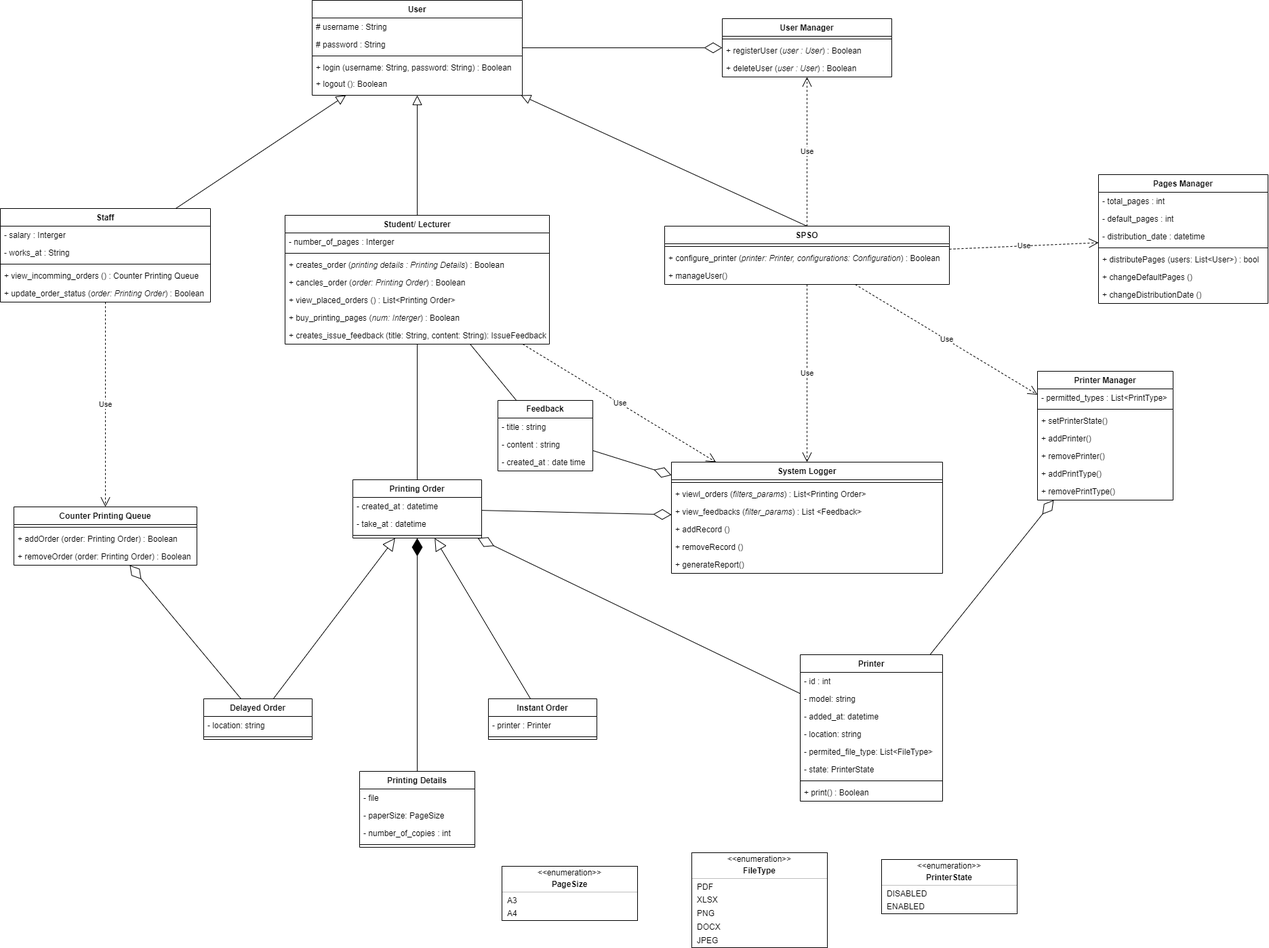
The draw.io diagram spss-class-diagram.drawio.png in blueonline07/auth-demo, before a commit. Source tidied: cells renumbered, new cells last; positions are measured from the earlier drawing's top-left corner, leaving out a move shared by most shapes.
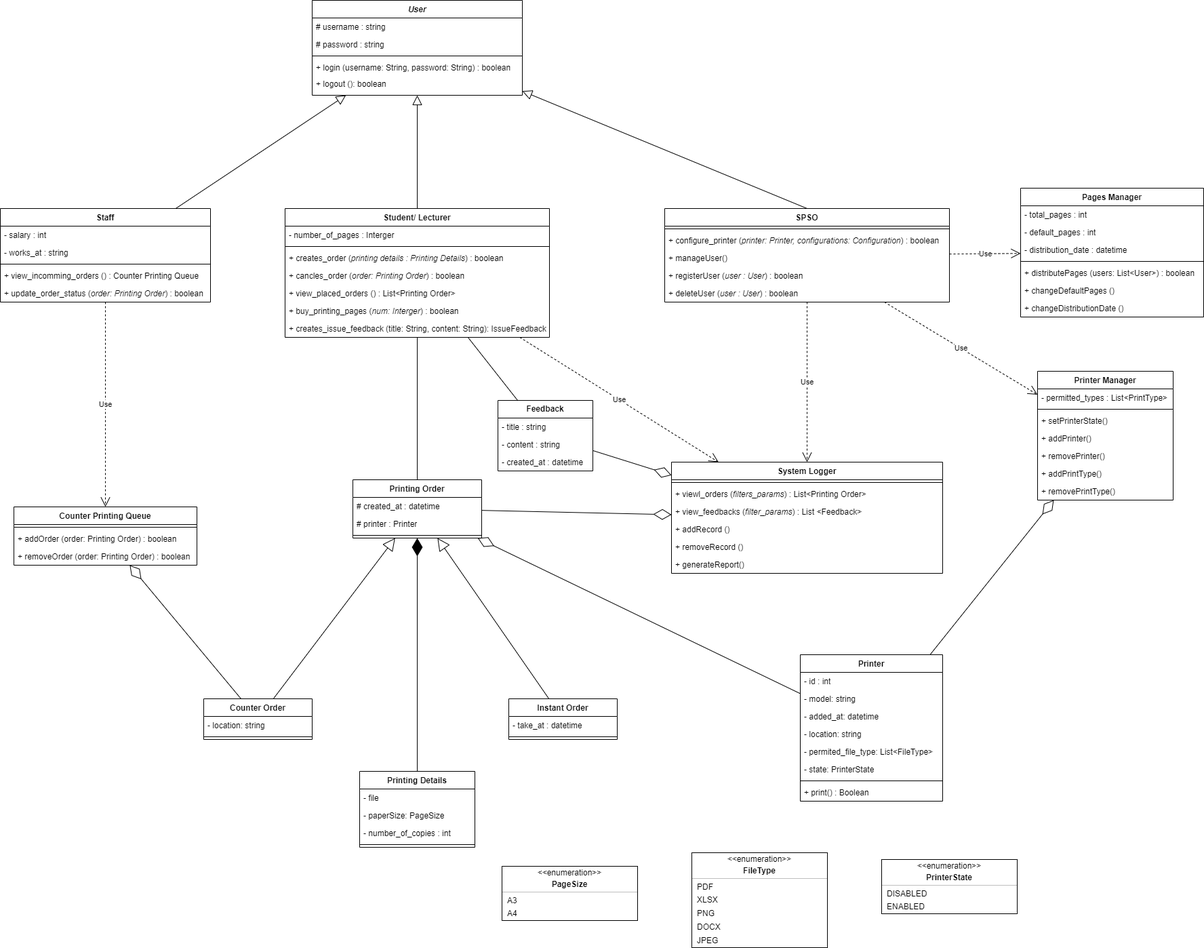
Above is the later version.

Commit message:
Cập nhật spss-class-diagram.drawio.png

Change to the diagram source:
```diff
@@ -4,9 +4,9 @@
     <mxCell id="1" parent="0" />
-    <mxCell id="2" value="User" style="swimlane;fontStyle=1;align=center;verticalAlign=top;horizontal=1;startSize=26;rounded=0;shadow=0;strokeWidth=1;" parent="1" vertex="1">
+    <mxCell id="2" value="User" style="swimlane;fontStyle=3;align=center;verticalAlign=top;horizontal=1;startSize=26;rounded=0;shadow=0;strokeWidth=1;" parent="1" vertex="1">
       <mxGeometry x="460" width="310" height="140" as="geometry" />
     </mxCell>
-    <mxCell id="3" value="# username : String" style="text;align=left;verticalAlign=top;spacingLeft=4;spacingRight=4;overflow=hidden;rounded=0;shadow=0;html=0;" parent="2" vertex="1">
+    <mxCell id="3" value="# username : string" style="text;align=left;verticalAlign=top;spacingLeft=4;spacingRight=4;overflow=hidden;rounded=0;shadow=0;html=0;" parent="2" vertex="1">
       <mxGeometry y="26" width="310" height="26" as="geometry" />
     </mxCell>
-    <mxCell id="4" value="# password : String" style="text;align=left;verticalAlign=top;spacingLeft=4;spacingRight=4;overflow=hidden;rounded=0;shadow=0;html=0;" parent="2" vertex="1">
+    <mxCell id="4" value="# password : string" style="text;align=left;verticalAlign=top;spacingLeft=4;spacingRight=4;overflow=hidden;rounded=0;shadow=0;html=0;" parent="2" vertex="1">
       <mxGeometry y="52" width="310" height="26" as="geometry" />
@@ -16,6 +16,6 @@
     </mxCell>
-    <mxCell id="6" value="+ login (username: String, password: String) : Boolean" style="text;strokeColor=none;fillColor=none;align=left;verticalAlign=top;spacingLeft=4;spacingRight=4;overflow=hidden;whiteSpace=wrap;html=1;" parent="2" vertex="1">
+    <mxCell id="6" value="+ login (username: String, password: String) : boolean" style="text;strokeColor=none;fillColor=none;align=left;verticalAlign=top;spacingLeft=4;spacingRight=4;overflow=hidden;whiteSpace=wrap;html=1;" parent="2" vertex="1">
       <mxGeometry y="86" width="310" height="24" as="geometry" />
     </mxCell>
-    <mxCell id="7" value="+ logout (): Boolean" style="text;strokeColor=none;fillColor=none;align=left;verticalAlign=top;spacingLeft=4;spacingRight=4;overflow=hidden;whiteSpace=wrap;html=1;" parent="2" vertex="1">
+    <mxCell id="7" value="+ logout (): boolean" style="text;strokeColor=none;fillColor=none;align=left;verticalAlign=top;spacingLeft=4;spacingRight=4;overflow=hidden;whiteSpace=wrap;html=1;" parent="2" vertex="1">
       <mxGeometry y="110" width="310" height="20" as="geometry" />
@@ -23,3 +23,3 @@
     <mxCell id="8" value="Student/ Lecturer" style="swimlane;fontStyle=1;align=center;verticalAlign=top;horizontal=1;startSize=26;rounded=0;shadow=0;strokeWidth=1;" parent="1" vertex="1">
-      <mxGeometry x="420" y="317" width="390" height="190" as="geometry" />
+      <mxGeometry x="420" y="307" width="390" height="190" as="geometry" />
     </mxCell>
@@ -31,6 +31,6 @@
     </mxCell>
-    <mxCell id="11" value="+ creates_order (&lt;i&gt;printing details : Printing Details&lt;/i&gt;) : Boolean" style="text;strokeColor=none;fillColor=none;align=left;verticalAlign=top;spacingLeft=4;spacingRight=4;overflow=hidden;whiteSpace=wrap;html=1;" parent="8" vertex="1">
+    <mxCell id="11" value="+ creates_order (&lt;i&gt;printing details : Printing Details&lt;/i&gt;) : boolean" style="text;strokeColor=none;fillColor=none;align=left;verticalAlign=top;spacingLeft=4;spacingRight=4;overflow=hidden;whiteSpace=wrap;html=1;" parent="8" vertex="1">
       <mxGeometry y="60" width="390" height="26" as="geometry" />
     </mxCell>
-    <mxCell id="12" value="+ cancles_order (&lt;i&gt;order: Printing Order&lt;/i&gt;) : Boolean" style="text;strokeColor=none;fillColor=none;align=left;verticalAlign=top;spacingLeft=4;spacingRight=4;overflow=hidden;whiteSpace=wrap;html=1;" parent="8" vertex="1">
+    <mxCell id="12" value="+ cancles_order (&lt;i&gt;order: Printing Order&lt;/i&gt;) : boolean" style="text;strokeColor=none;fillColor=none;align=left;verticalAlign=top;spacingLeft=4;spacingRight=4;overflow=hidden;whiteSpace=wrap;html=1;" parent="8" vertex="1">
       <mxGeometry y="86" width="390" height="26" as="geometry" />
@@ -40,3 +40,3 @@
     </mxCell>
-    <mxCell id="14" value="+ buy_printing_pages (&lt;i&gt;num: Interger&lt;/i&gt;) : Boolean" style="text;strokeColor=none;fillColor=none;align=left;verticalAlign=top;spacingLeft=4;spacingRight=4;overflow=hidden;whiteSpace=wrap;html=1;" parent="8" vertex="1">
+    <mxCell id="14" value="+ buy_printing_pages (&lt;i&gt;num: Interger&lt;/i&gt;) : boolean" style="text;strokeColor=none;fillColor=none;align=left;verticalAlign=top;spacingLeft=4;spacingRight=4;overflow=hidden;whiteSpace=wrap;html=1;" parent="8" vertex="1">
       <mxGeometry y="138" width="390" height="26" as="geometry" />
@@ -49,6 +49,6 @@
     </mxCell>
-    <mxCell id="17" value="- salary : Interger" style="text;align=left;verticalAlign=top;spacingLeft=4;spacingRight=4;overflow=hidden;" parent="16" vertex="1">
+    <mxCell id="17" value="- salary : int" style="text;align=left;verticalAlign=top;spacingLeft=4;spacingRight=4;overflow=hidden;" parent="16" vertex="1">
       <mxGeometry y="26" width="310" height="26" as="geometry" />
     </mxCell>
-    <mxCell id="18" value="- works_at : String" style="text;align=left;verticalAlign=top;spacingLeft=4;spacingRight=4;overflow=hidden;" parent="16" vertex="1">
+    <mxCell id="18" value="- works_at : string" style="text;align=left;verticalAlign=top;spacingLeft=4;spacingRight=4;overflow=hidden;" parent="16" vertex="1">
       <mxGeometry y="52" width="310" height="26" as="geometry" />
@@ -61,3 +61,3 @@
     </mxCell>
-    <mxCell id="21" value="+ update_order_status (&lt;i&gt;order: Printing Order&lt;/i&gt;) : Boolean" style="text;strokeColor=none;fillColor=none;align=left;verticalAlign=top;spacingLeft=4;spacingRight=4;overflow=hidden;whiteSpace=wrap;html=1;" parent="16" vertex="1">
+    <mxCell id="21" value="+ update_order_status (&lt;i&gt;order: Printing Order&lt;/i&gt;) : boolean" style="text;strokeColor=none;fillColor=none;align=left;verticalAlign=top;spacingLeft=4;spacingRight=4;overflow=hidden;whiteSpace=wrap;html=1;" parent="16" vertex="1">
       <mxGeometry y="112" width="310" height="26" as="geometry" />
@@ -65,3 +65,3 @@
     <mxCell id="22" value="SPSO" style="swimlane;fontStyle=1;align=center;verticalAlign=top;horizontal=1;startSize=26;whiteSpace=wrap;html=1;" parent="1" vertex="1">
-      <mxGeometry x="980" y="333" width="420" height="86" as="geometry" />
+      <mxGeometry x="980" y="307" width="420" height="138" as="geometry" />
     </mxCell>
@@ -70,3 +70,3 @@
     </mxCell>
-    <mxCell id="24" value="+ configure_printer (&lt;i&gt;printer: Printer, configurations: Configuration&lt;/i&gt;) : Boolean" style="text;strokeColor=none;fillColor=none;align=left;verticalAlign=top;spacingLeft=4;spacingRight=4;overflow=hidden;whiteSpace=wrap;html=1;" parent="22" vertex="1">
+    <mxCell id="24" value="+ configure_printer (&lt;i&gt;printer: Printer, configurations: Configuration&lt;/i&gt;) : boolean" style="text;strokeColor=none;fillColor=none;align=left;verticalAlign=top;spacingLeft=4;spacingRight=4;overflow=hidden;whiteSpace=wrap;html=1;" parent="22" vertex="1">
       <mxGeometry y="34" width="420" height="26" as="geometry" />
@@ -76,2 +76,8 @@
     </mxCell>
+    <mxCell id="41" value="+ registerUser (&lt;i&gt;user : User&lt;/i&gt;) : boolean" style="text;strokeColor=none;fillColor=none;align=left;verticalAlign=top;spacingLeft=4;spacingRight=4;overflow=hidden;whiteSpace=wrap;html=1;" parent="22" vertex="1">
+      <mxGeometry y="86" width="420" height="26" as="geometry" />
+    </mxCell>
+    <mxCell id="42" value="+ deleteUser (&lt;i&gt;user : User&lt;/i&gt;) : boolean" style="text;strokeColor=none;fillColor=none;align=left;verticalAlign=top;spacingLeft=4;spacingRight=4;overflow=hidden;whiteSpace=wrap;html=1;" parent="22" vertex="1">
+      <mxGeometry y="112" width="420" height="26" as="geometry" />
+    </mxCell>
     <mxCell id="26" value="Printer" style="swimlane;fontStyle=1;align=center;verticalAlign=top;horizontal=1;startSize=26;whiteSpace=wrap;html=1;" parent="1" vertex="1">
@@ -106,8 +112,8 @@
     </mxCell>
-    <mxCell id="36" value="- created_at : datetime" style="text;strokeColor=none;fillColor=none;align=left;verticalAlign=top;spacingLeft=4;spacingRight=4;overflow=hidden;whiteSpace=wrap;html=1;" parent="35" vertex="1">
+    <mxCell id="36" value="# created_at : datetime" style="text;strokeColor=none;fillColor=none;align=left;verticalAlign=top;spacingLeft=4;spacingRight=4;overflow=hidden;whiteSpace=wrap;html=1;" parent="35" vertex="1">
       <mxGeometry y="26" width="190" height="26" as="geometry" />
     </mxCell>
-    <mxCell id="37" value="- take_at : datetime" style="text;strokeColor=none;fillColor=none;align=left;verticalAlign=top;spacingLeft=4;spacingRight=4;overflow=hidden;whiteSpace=wrap;html=1;" parent="35" vertex="1">
-      <mxGeometry y="52" width="190" height="26" as="geometry" />
-    </mxCell>
+    <mxCell id="100" value="# printer : Printer" style="text;strokeColor=none;fillColor=none;align=left;verticalAlign=top;spacingLeft=4;spacingRight=4;overflow=hidden;whiteSpace=wrap;html=1;" parent="35" vertex="1">
+      <mxGeometry y="52" width="190" height="26" as="geometry" />
+    </mxCell>
     <mxCell id="38" style="line;strokeWidth=1;fillColor=none;align=left;verticalAlign=middle;spacingTop=-1;spacingLeft=3;spacingRight=3;labelPosition=right;strokeColor=inherit;" parent="35" vertex="1">
@@ -115,14 +121,2 @@
     </mxCell>
-    <mxCell id="39" value="User Manager" style="swimlane;fontStyle=1;align=center;verticalAlign=top;horizontal=1;startSize=26;whiteSpace=wrap;html=1;" parent="1" vertex="1">
-      <mxGeometry x="1065" y="27" width="250" height="86" as="geometry" />
-    </mxCell>
-    <mxCell id="40" style="line;strokeWidth=1;fillColor=none;align=left;verticalAlign=middle;spacingTop=-1;spacingLeft=3;spacingRight=3;labelPosition=right;strokeColor=inherit;" parent="39" vertex="1">
-      <mxGeometry y="26" width="250" height="8" as="geometry" />
-    </mxCell>
-    <mxCell id="41" value="+ registerUser (&lt;i&gt;user : User&lt;/i&gt;) : Boolean" style="text;strokeColor=none;fillColor=none;align=left;verticalAlign=top;spacingLeft=4;spacingRight=4;overflow=hidden;whiteSpace=wrap;html=1;" parent="39" vertex="1">
-      <mxGeometry y="34" width="250" height="26" as="geometry" />
-    </mxCell>
-    <mxCell id="42" value="+ deleteUser (&lt;i&gt;user : User&lt;/i&gt;) : Boolean" style="text;strokeColor=none;fillColor=none;align=left;verticalAlign=top;spacingLeft=4;spacingRight=4;overflow=hidden;whiteSpace=wrap;html=1;" parent="39" vertex="1">
-      <mxGeometry y="60" width="250" height="26" as="geometry" />
-    </mxCell>
     <mxCell id="43" value="Counter Printing Queue" style="swimlane;fontStyle=1;align=center;verticalAlign=top;horizontal=1;startSize=26;whiteSpace=wrap;html=1;" parent="1" vertex="1">
@@ -133,6 +127,6 @@
     </mxCell>
-    <mxCell id="45" value="+ addOrder (order: Printing Order) : Boolean" style="text;strokeColor=none;fillColor=none;align=left;verticalAlign=top;spacingLeft=4;spacingRight=4;overflow=hidden;whiteSpace=wrap;html=1;" parent="43" vertex="1">
+    <mxCell id="45" value="+ addOrder (order: Printing Order) : boolean" style="text;strokeColor=none;fillColor=none;align=left;verticalAlign=top;spacingLeft=4;spacingRight=4;overflow=hidden;whiteSpace=wrap;html=1;" parent="43" vertex="1">
       <mxGeometry y="34" width="270" height="26" as="geometry" />
     </mxCell>
-    <mxCell id="46" value="+ removeOrder (order: Printing Order) : Boolean" style="text;strokeColor=none;fillColor=none;align=left;verticalAlign=top;spacingLeft=4;spacingRight=4;overflow=hidden;whiteSpace=wrap;html=1;" parent="43" vertex="1">
+    <mxCell id="46" value="+ removeOrder (order: Printing Order) : boolean" style="text;strokeColor=none;fillColor=none;align=left;verticalAlign=top;spacingLeft=4;spacingRight=4;overflow=hidden;whiteSpace=wrap;html=1;" parent="43" vertex="1">
       <mxGeometry y="60" width="270" height="26" as="geometry" />
@@ -193,8 +187,2 @@
     </mxCell>
-    <mxCell id="65" value="Use" style="endArrow=open;endSize=12;dashed=1;html=1;rounded=0;" parent="1" edge="1" source="22" target="39">
-      <mxGeometry relative="1" as="geometry" />
-    </mxCell>
-    <mxCell id="66" style="endArrow=diamondThin;endFill=0;endSize=24;html=1;rounded=0;" parent="1" edge="1" source="2" target="39">
-      <mxGeometry relative="1" as="geometry" />
-    </mxCell>
     <mxCell id="67" value="Use" style="endArrow=open;endSize=12;dashed=1;html=1;rounded=0;" parent="1" edge="1" source="16" target="43">
@@ -239,24 +227,24 @@
     <mxCell id="80" value="Pages Manager" style="swimlane;fontStyle=1;align=center;verticalAlign=top;horizontal=1;startSize=26;whiteSpace=wrap;html=1;" parent="1" vertex="1">
-      <mxGeometry x="1620" y="257" width="250" height="190" as="geometry" />
+      <mxGeometry x="1505" y="277" width="270" height="190" as="geometry" />
     </mxCell>
     <mxCell id="81" value="&lt;div&gt;- total_pages : int&lt;/div&gt;" style="text;strokeColor=none;fillColor=none;align=left;verticalAlign=top;spacingLeft=4;spacingRight=4;overflow=hidden;whiteSpace=wrap;html=1;" parent="80" vertex="1">
-      <mxGeometry y="26" width="250" height="26" as="geometry" />
+      <mxGeometry y="26" width="270" height="26" as="geometry" />
     </mxCell>
     <mxCell id="82" value="&lt;div&gt;- default_pages : int&lt;/div&gt;" style="text;strokeColor=none;fillColor=none;align=left;verticalAlign=top;spacingLeft=4;spacingRight=4;overflow=hidden;whiteSpace=wrap;html=1;" parent="80" vertex="1">
-      <mxGeometry y="52" width="250" height="26" as="geometry" />
+      <mxGeometry y="52" width="270" height="26" as="geometry" />
     </mxCell>
     <mxCell id="83" value="- distribution_date : datetime&lt;div&gt;&lt;br&gt;&lt;/div&gt;" style="text;strokeColor=none;fillColor=none;align=left;verticalAlign=top;spacingLeft=4;spacingRight=4;overflow=hidden;whiteSpace=wrap;html=1;" parent="80" vertex="1">
-      <mxGeometry y="78" width="250" height="26" as="geometry" />
+      <mxGeometry y="78" width="270" height="26" as="geometry" />
     </mxCell>
     <mxCell id="84" style="line;strokeWidth=1;fillColor=none;align=left;verticalAlign=middle;spacingTop=-1;spacingLeft=3;spacingRight=3;labelPosition=right;strokeColor=inherit;" parent="80" vertex="1">
-      <mxGeometry y="104" width="250" height="8" as="geometry" />
+      <mxGeometry y="104" width="270" height="8" as="geometry" />
     </mxCell>
-    <mxCell id="85" value="+ distributePages (users: List&amp;lt;User&amp;gt;) : bool" style="text;strokeColor=none;fillColor=none;align=left;verticalAlign=top;spacingLeft=4;spacingRight=4;overflow=hidden;whiteSpace=wrap;html=1;" parent="80" vertex="1">
-      <mxGeometry y="112" width="250" height="26" as="geometry" />
+    <mxCell id="85" value="+ distributePages (users: List&amp;lt;User&amp;gt;) : boolean" style="text;strokeColor=none;fillColor=none;align=left;verticalAlign=top;spacingLeft=4;spacingRight=4;overflow=hidden;whiteSpace=wrap;html=1;" parent="80" vertex="1">
+      <mxGeometry y="112" width="270" height="26" as="geometry" />
     </mxCell>
     <mxCell id="86" value="+ changeDefaultPages ()" style="text;strokeColor=none;fillColor=none;align=left;verticalAlign=top;spacingLeft=4;spacingRight=4;overflow=hidden;whiteSpace=wrap;html=1;" parent="80" vertex="1">
-      <mxGeometry y="138" width="250" height="26" as="geometry" />
+      <mxGeometry y="138" width="270" height="26" as="geometry" />
     </mxCell>
     <mxCell id="87" value="+ changeDistributionDate ()" style="text;strokeColor=none;fillColor=none;align=left;verticalAlign=top;spacingLeft=4;spacingRight=4;overflow=hidden;whiteSpace=wrap;html=1;" parent="80" vertex="1">
-      <mxGeometry y="164" width="250" height="26" as="geometry" />
+      <mxGeometry y="164" width="270" height="26" as="geometry" />
     </mxCell>
@@ -286,3 +274,3 @@
     </mxCell>
-    <mxCell id="96" value="Delayed Order" style="swimlane;fontStyle=1;align=center;verticalAlign=top;horizontal=1;startSize=26;whiteSpace=wrap;html=1;" parent="1" vertex="1">
+    <mxCell id="96" value="Counter Order" style="swimlane;fontStyle=1;align=center;verticalAlign=top;horizontal=1;startSize=26;whiteSpace=wrap;html=1;" parent="1" vertex="1">
       <mxGeometry x="300" y="1030" width="160" height="60" as="geometry" />
@@ -296,7 +284,7 @@
     <mxCell id="99" value="Instant Order" style="swimlane;fontStyle=1;align=center;verticalAlign=top;horizontal=1;startSize=26;whiteSpace=wrap;html=1;" parent="1" vertex="1">
-      <mxGeometry x="720" y="1030" width="160" height="60" as="geometry" />
+      <mxGeometry x="750" y="1030" width="160" height="60" as="geometry" />
     </mxCell>
-    <mxCell id="100" value="- printer : Printer" style="text;strokeColor=none;fillColor=none;align=left;verticalAlign=top;spacingLeft=4;spacingRight=4;overflow=hidden;whiteSpace=wrap;html=1;" parent="99" vertex="1">
-      <mxGeometry y="26" width="160" height="26" as="geometry" />
-    </mxCell>
+    <mxCell id="37" value="- take_at : datetime" style="text;strokeColor=none;fillColor=none;align=left;verticalAlign=top;spacingLeft=4;spacingRight=4;overflow=hidden;whiteSpace=wrap;html=1;" parent="99" vertex="1">
+      <mxGeometry y="26" width="160" height="26" as="geometry" />
+    </mxCell>
     <mxCell id="101" style="line;strokeWidth=1;fillColor=none;align=left;verticalAlign=middle;spacingTop=-1;spacingLeft=3;spacingRight=3;labelPosition=right;strokeColor=inherit;" parent="99" vertex="1">
@@ -349,3 +337,3 @@
     </mxCell>
-    <mxCell id="117" value="- created_at : date time" style="text;strokeColor=none;fillColor=none;align=left;verticalAlign=top;spacingLeft=4;spacingRight=4;overflow=hidden;whiteSpace=wrap;html=1;" parent="114" vertex="1">
+    <mxCell id="117" value="- created_at : datetime" style="text;strokeColor=none;fillColor=none;align=left;verticalAlign=top;spacingLeft=4;spacingRight=4;overflow=hidden;whiteSpace=wrap;html=1;" parent="114" vertex="1">
       <mxGeometry y="78" width="140" height="26" as="geometry" />
```
